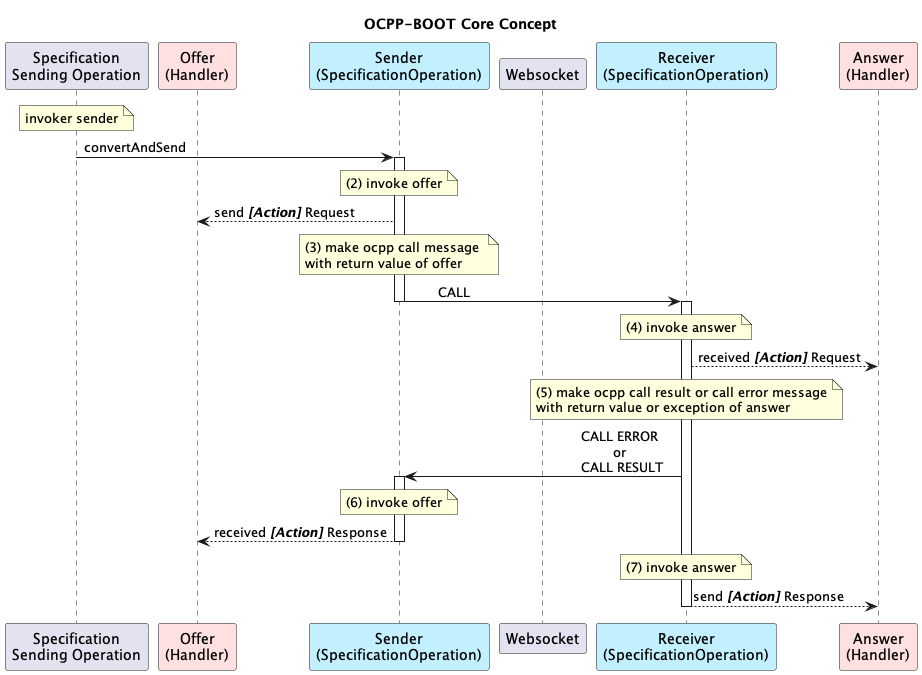
u2ware/ocpp-boot keeps this PlantUML diagram as docs/core.png. Above is the earlier version.
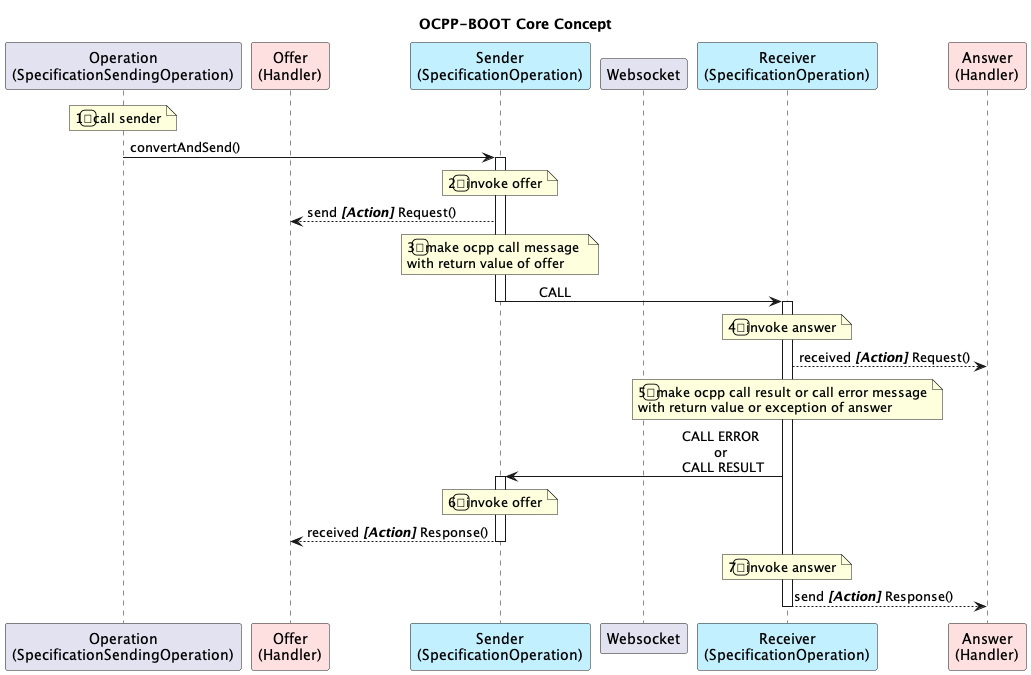
The same diagram one commit later.

Commit message:
ocpp-boot

What changed in the source:
```diff
@@ -2,38 +2,38 @@
 
 title OCPP-BOOT Core Concept
 
-participant "Specification\nSending Operation" as Sending
+participant "Operation\n(SpecificationSendingOperation)" as Sending
 participant "Offer\n(Handler)" as Offer #IMPLEMENTATION
 participant "Sender\n(SpecificationOperation)" as Sender #APPLICATION
 participant "Websocket" as Newwork
 participant "Receiver\n(SpecificationOperation)" as Receiver #APPLICATION
 participant "Answer\n(Handler)" as Answer #IMPLEMENTATION
 
-note over Sending : invoker sender
+note over Sending : 1️⃣call sender
 
-Sending -> Sender : convertAndSend
+Sending -> Sender : convertAndSend()
 
 activate Sender
-note over Sender : (2) invoke offer
-Sender --> Offer : send<i><b> [Action] </b></i>Request
-note over Sender : (3) make ocpp call message \nwith return value of offer
+note over Sender : 2️⃣invoke offer
+Sender --> Offer : send<i><b> [Action] </b></i>Request()
+note over Sender : 3️⃣make ocpp call message \nwith return value of offer
 Sender -> Receiver : \tCALL
 deactivate Sender
 
 
 activate Receiver
-note over Receiver : (4) invoke answer
-Receiver --> Answer : received<i><b> [Action] </b></i>Request
-note over Receiver : (5) make ocpp call result or call error message\nwith return value or exception of answer
+note over Receiver : 4️⃣invoke answer
+Receiver --> Answer : received<i><b> [Action] </b></i>Request()
+note over Receiver : 5️⃣make ocpp call result or call error message\nwith return value or exception of answer
 Receiver -> Sender : \t\t\t\t\tCALL ERROR \n \t\t\t\t\t\tor \n\t\t\t\t\tCALL RESULT
 
 activate Sender
-note over Sender : (6) invoke offer
-Sender --> Offer : received<i><b> [Action] </b></i>Response
+note over Sender : 6️⃣invoke offer
+Sender --> Offer : received<i><b> [Action] </b></i>Response()
 deactivate Sender
 
-note over Receiver : (7) invoke answer
-Receiver --> Answer : send<i><b> [Action] </b></i>Response
+note over Receiver : 7️⃣invoke answer
+Receiver --> Answer : send<i><b> [Action] </b></i>Response()
 deactivate Receiver
 
 @enduml
```
